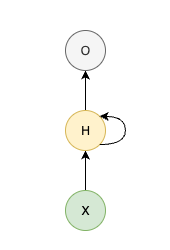
Before: assets/images/vanilla RNN architecture.png, a diagram exported from draw.io (Wayne82/wayne82.github.io). Source tidied: cells renumbered, new cells last; positions are measured from the earlier drawing's top-left corner, leaving out a move shared by most shapes.
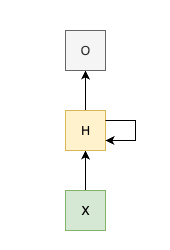
After the change.

The edit, as a diff of the source:
```diff
@@ -8,23 +8,23 @@
     <mxCell id="3" style="edgeStyle=orthogonalEdgeStyle;rounded=0;jettySize=auto;html=1;" parent="1" edge="1" source="4" target="6">
       <mxGeometry relative="1" as="geometry" />
     </mxCell>
-    <mxCell id="4" value="X" style="ellipse;whiteSpace=wrap;html=1;fillColor=#d5e8d4;strokeColor=#82b366;" parent="1" vertex="1">
+    <mxCell id="4" value="X" style="rectangle;whiteSpace=wrap;html=1;fillColor=#d5e8d4;strokeColor=#82b366;" parent="1" vertex="1">
       <mxGeometry x="65" y="190" width="40" height="40" as="geometry" />
     </mxCell>
     <mxCell id="5" style="edgeStyle=orthogonalEdgeStyle;rounded=0;jettySize=auto;html=1;" parent="1" edge="1" source="6" target="7">
       <mxGeometry relative="1" as="geometry" />
     </mxCell>
-    <mxCell id="6" value="H" style="ellipse;whiteSpace=wrap;html=1;fillColor=#fff2cc;strokeColor=#d6b656;" parent="1" vertex="1">
+    <mxCell id="6" value="H" style="rectangle;whiteSpace=wrap;html=1;fillColor=#fff2cc;strokeColor=#d6b656;" parent="1" vertex="1">
       <mxGeometry x="65" y="110" width="40" height="40" as="geometry" />
     </mxCell>
-    <mxCell id="7" value="O" style="ellipse;whiteSpace=wrap;html=1;fillColor=#f5f5f5;fontColor=#333333;strokeColor=#666666;" parent="1" vertex="1">
+    <mxCell id="7" value="O" style="rectangle;whiteSpace=wrap;html=1;fillColor=#f5f5f5;fontColor=#333333;strokeColor=#666666;" parent="1" vertex="1">
       <mxGeometry x="65" y="30" width="40" height="40" as="geometry" />
     </mxCell>
-    <mxCell id="8" style="edgeStyle=orthogonalEdgeStyle;rounded=0;orthogonalLoop=1;jettySize=auto;html=1;exitX=1;exitY=1;exitDx=0;exitDy=0;entryX=1;entryY=0;entryDx=0;entryDy=0;curved=1;" parent="1" edge="1" source="6" target="6">
+    <mxCell id="8" style="edgeStyle=orthogonalEdgeStyle;rounded=0;orthogonalLoop=1;jettySize=auto;html=1;exitX=1;exitY=0.25;exitDx=0;exitDy=0;entryX=1;entryY=0.75;entryDx=0;entryDy=0;" parent="1" edge="1" source="6" target="6">
       <mxGeometry relative="1" as="geometry">
         <Array as="points">
-          <mxPoint x="125" y="144" />
-          <mxPoint x="125" y="116" />
+          <mxPoint x="135" y="120" />
+          <mxPoint x="135" y="140" />
         </Array>
       </mxGeometry>
     </mxCell>
```
